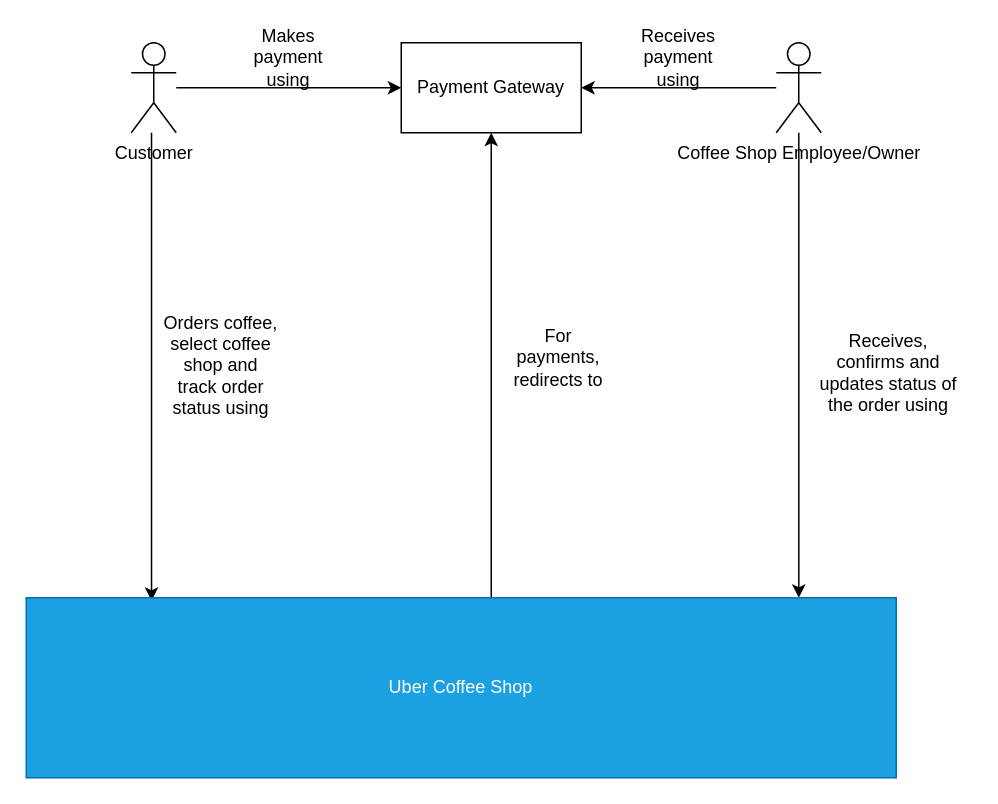
This is ContextDiagram.drawio from dinesh-i/uber-coffee-shops, a draw.io file, before an edit. Source tidied: cells renumbered, new cells numbered last; positions are measured from the earlier drawing's top-left corner, leaving out a move shared by most shapes. Both pictures are drawn from the tidied source at 150%, with x=0, y=0 at pixel (26, 27).
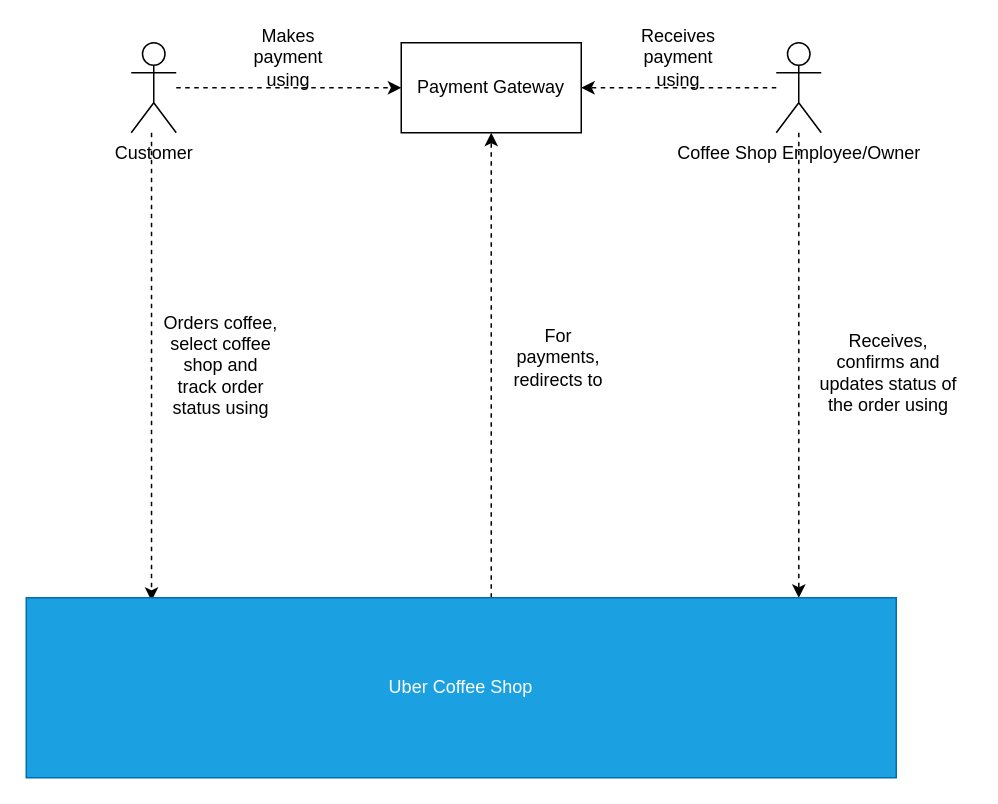
After the change.

The edit, as a diff of the source:
```diff
@@
 <mxGraphModel>
   <root>
     <mxCell id="0" />
     <mxCell id="1" parent="0" />
-    <mxCell id="2" style="edgeStyle=orthogonalEdgeStyle;rounded=0;jettySize=auto;html=1;entryX=0.144;entryY=0.017;entryDx=0;entryDy=0;entryPerimeter=0;" parent="1" edge="1" source="4" target="9">
+    <mxCell id="2" style="edgeStyle=orthogonalEdgeStyle;rounded=0;jettySize=auto;html=1;entryX=0.144;entryY=0.017;entryDx=0;entryDy=0;entryPerimeter=0;dashed=1;" parent="1" edge="1" source="4" target="9">
       <mxGeometry relative="1" as="geometry">
         <Array as="points">
           <mxPoint x="84" y="40" />
         </Array>
       </mxGeometry>
     </mxCell>
-    <mxCell id="3" style="edgeStyle=orthogonalEdgeStyle;rounded=0;jettySize=auto;html=1;" parent="1" edge="1" source="4">
+    <mxCell id="3" style="edgeStyle=orthogonalEdgeStyle;rounded=0;jettySize=auto;html=1;dashed=1;" parent="1" edge="1" source="4">
       <mxGeometry relative="1" as="geometry">
         <mxPoint x="250" y="40" as="targetPoint" />
       </mxGeometry>
     </mxCell>
     <mxCell id="4" value="Customer" style="shape=umlActor;verticalLabelPosition=bottom;verticalAlign=top;html=1;outlineConnect=0;" parent="1" vertex="1">
       <mxGeometry x="70" y="10" width="30" height="60" as="geometry" />
     </mxCell>
-    <mxCell id="5" style="edgeStyle=orthogonalEdgeStyle;rounded=0;jettySize=auto;html=1;entryX=1;entryY=0.5;entryDx=0;entryDy=0;" parent="1" edge="1" source="7" target="10">
+    <mxCell id="5" style="edgeStyle=orthogonalEdgeStyle;rounded=0;jettySize=auto;html=1;entryX=1;entryY=0.5;entryDx=0;entryDy=0;dashed=1;" parent="1" edge="1" source="7" target="10">
       <mxGeometry relative="1" as="geometry" />
     </mxCell>
-    <mxCell id="6" style="edgeStyle=orthogonalEdgeStyle;rounded=0;jettySize=auto;html=1;entryX=0.888;entryY=0;entryDx=0;entryDy=0;entryPerimeter=0;" parent="1" edge="1" source="7" target="9">
+    <mxCell id="6" style="edgeStyle=orthogonalEdgeStyle;rounded=0;jettySize=auto;html=1;entryX=0.888;entryY=0;entryDx=0;entryDy=0;entryPerimeter=0;dashed=1;" parent="1" edge="1" source="7" target="9">
       <mxGeometry relative="1" as="geometry" />
     </mxCell>
     <mxCell id="7" value="Coffee Shop Employee/Owner" style="shape=umlActor;verticalLabelPosition=bottom;verticalAlign=top;html=1;outlineConnect=0;" parent="1" vertex="1">
       <mxGeometry x="500" y="10" width="30" height="60" as="geometry" />
     </mxCell>
-    <mxCell id="8" style="edgeStyle=orthogonalEdgeStyle;rounded=0;jettySize=auto;html=1;entryX=0.5;entryY=1;entryDx=0;entryDy=0;" parent="1" edge="1" source="9" target="10">
+    <mxCell id="8" style="edgeStyle=orthogonalEdgeStyle;rounded=0;jettySize=auto;html=1;entryX=0.5;entryY=1;entryDx=0;entryDy=0;dashed=1;" parent="1" edge="1" source="9" target="10">
       <mxGeometry relative="1" as="geometry">
         <Array as="points">
           <mxPoint x="310" y="300" />
           <mxPoint x="310" y="300" />
         </Array>
       </mxGeometry>
     </mxCell>
     <mxCell id="9" value="Uber Coffee Shop" style="rounded=0;whiteSpace=wrap;html=1;fillColor=#1ba1e2;strokeColor=#006EAF;fontColor=#ffffff;" parent="1" vertex="1">
       <mxGeometry y="380" width="580" height="120" as="geometry" />
     </mxCell>
     <mxCell id="10" value="Payment Gateway" style="rounded=0;whiteSpace=wrap;html=1;" parent="1" vertex="1">
       <mxGeometry x="250" y="10" width="120" height="60" as="geometry" />
     </mxCell>
     <mxCell id="11" value="Orders coffee, select coffee shop and track order status using" style="text;html=1;strokeColor=none;fillColor=none;align=center;verticalAlign=middle;whiteSpace=wrap;rounded=0;" parent="1" vertex="1">
       <mxGeometry x="90" y="190" width="80" height="70" as="geometry" />
     </mxCell>
     <mxCell id="12" value="Makes payment using" style="text;html=1;strokeColor=none;fillColor=none;align=center;verticalAlign=middle;whiteSpace=wrap;rounded=0;" parent="1" vertex="1">
       <mxGeometry x="150" width="50" height="40" as="geometry" />
     </mxCell>
     <mxCell id="13" value="Receives payment using" style="text;html=1;strokeColor=none;fillColor=none;align=center;verticalAlign=middle;whiteSpace=wrap;rounded=0;" parent="1" vertex="1">
       <mxGeometry x="410" width="50" height="40" as="geometry" />
     </mxCell>
     <mxCell id="14" value="Receives,&lt;br&gt;confirms and updates status of the order using" style="text;html=1;strokeColor=none;fillColor=none;align=center;verticalAlign=middle;whiteSpace=wrap;rounded=0;" parent="1" vertex="1">
       <mxGeometry x="520" y="210" width="110" height="40" as="geometry" />
     </mxCell>
     <mxCell id="15" value="For payments, redirects to" style="text;html=1;strokeColor=none;fillColor=none;align=center;verticalAlign=middle;whiteSpace=wrap;rounded=0;" parent="1" vertex="1">
       <mxGeometry x="320" y="200" width="70" height="40" as="geometry" />
     </mxCell>
   </root>
 </mxGraphModel>
```
